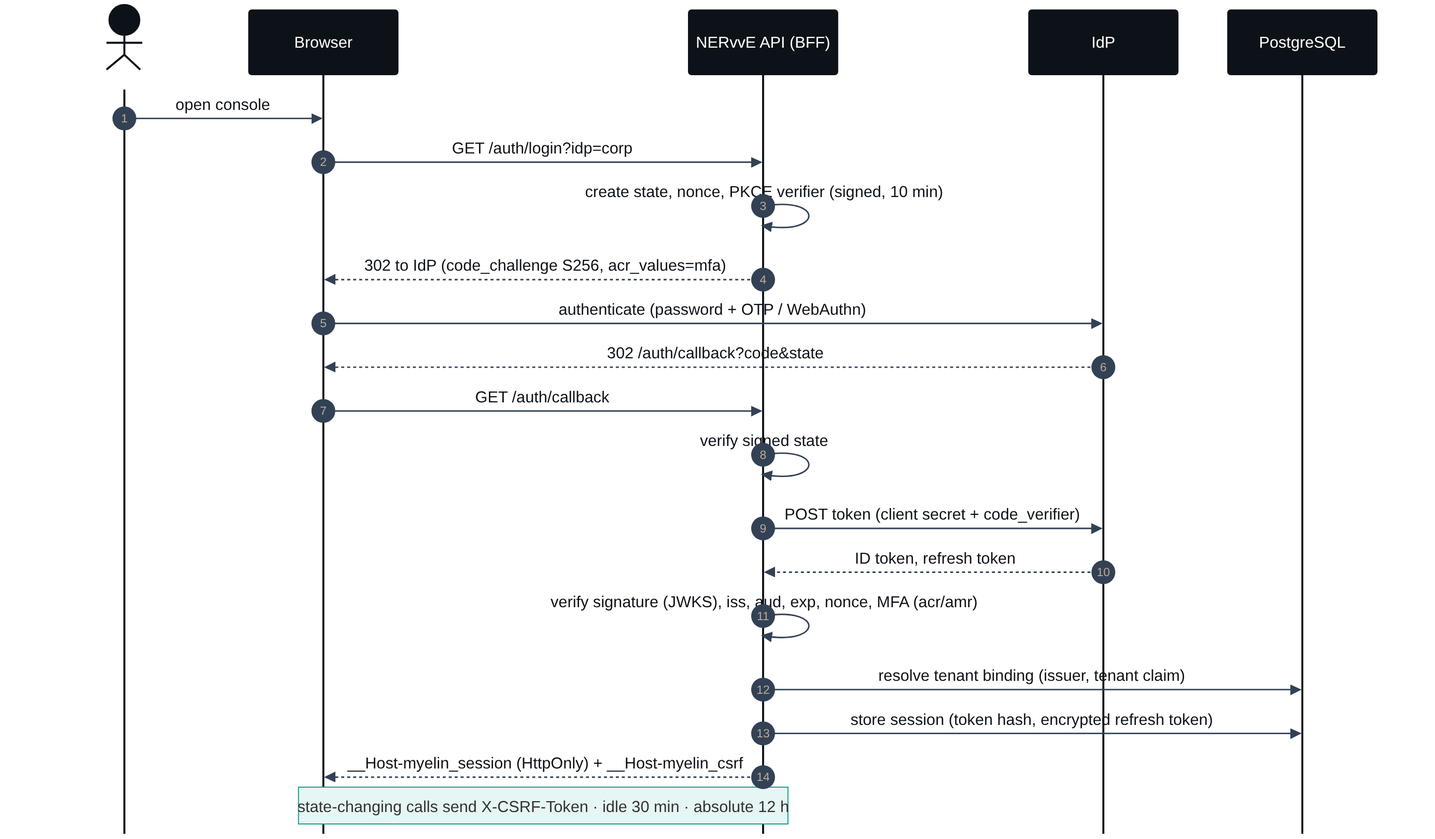
This is docs/enterprise/diagrams/06-auth-sequence.png from sudheerkumard/nerve-myelin-DevSec, a Mermaid export, as it was before one commit. Its source is kept beside it as docs/enterprise/diagrams/06-auth-sequence.mmd.
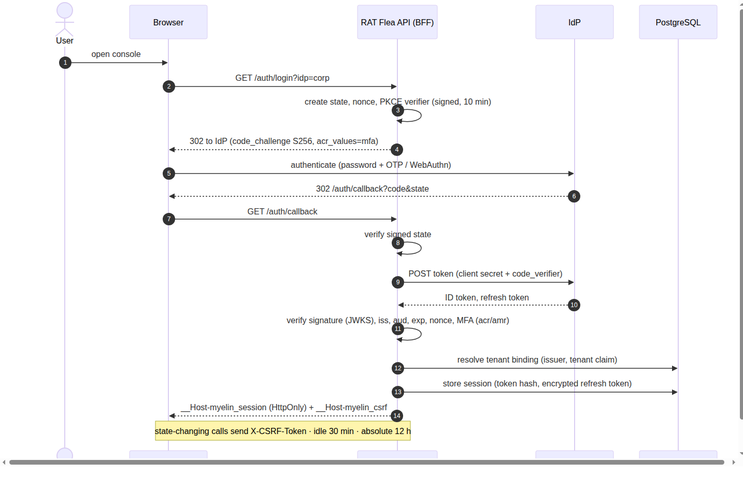
The same file after the commit.

Diff of the diagram source:
```diff
@@ -2,7 +2,7 @@
   autonumber
   actor U as User
   participant B as Browser
-  participant M as NERvvE API (BFF)
+  participant M as RAT Flea API (BFF)
   participant I as IdP
   participant DB as PostgreSQL
   U->>B: open console
```
